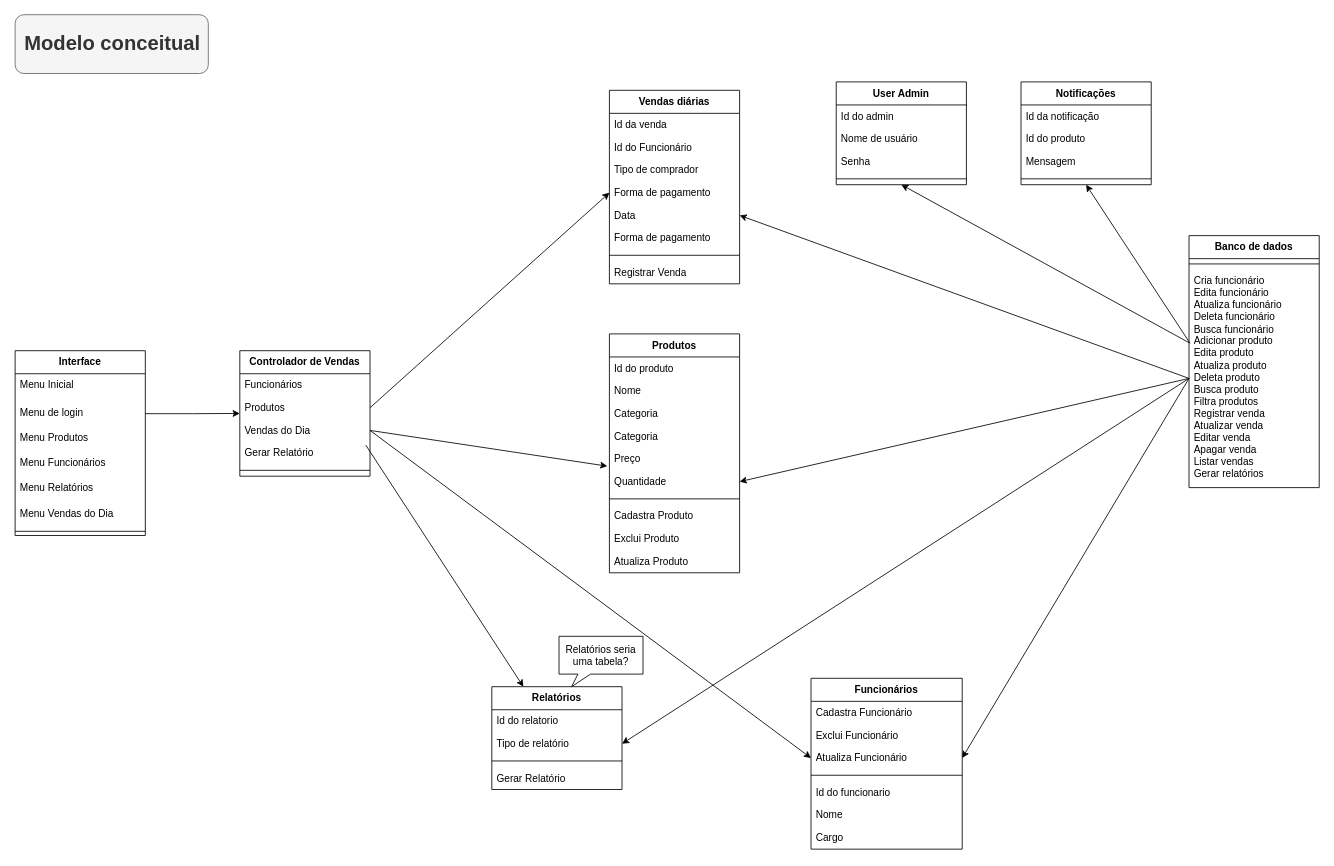
The draw.io diagram ModeloConceitual.drawio in belleruivo/cantina-fatore, before the edit. Source tidied: cells renumbered, new cells numbered last; positions are measured from the earlier drawing's top-left corner, leaving out a move shared by most shapes. Both pictures are drawn from the tidied source at 84%, with x=0, y=0 at pixel (14, 14).
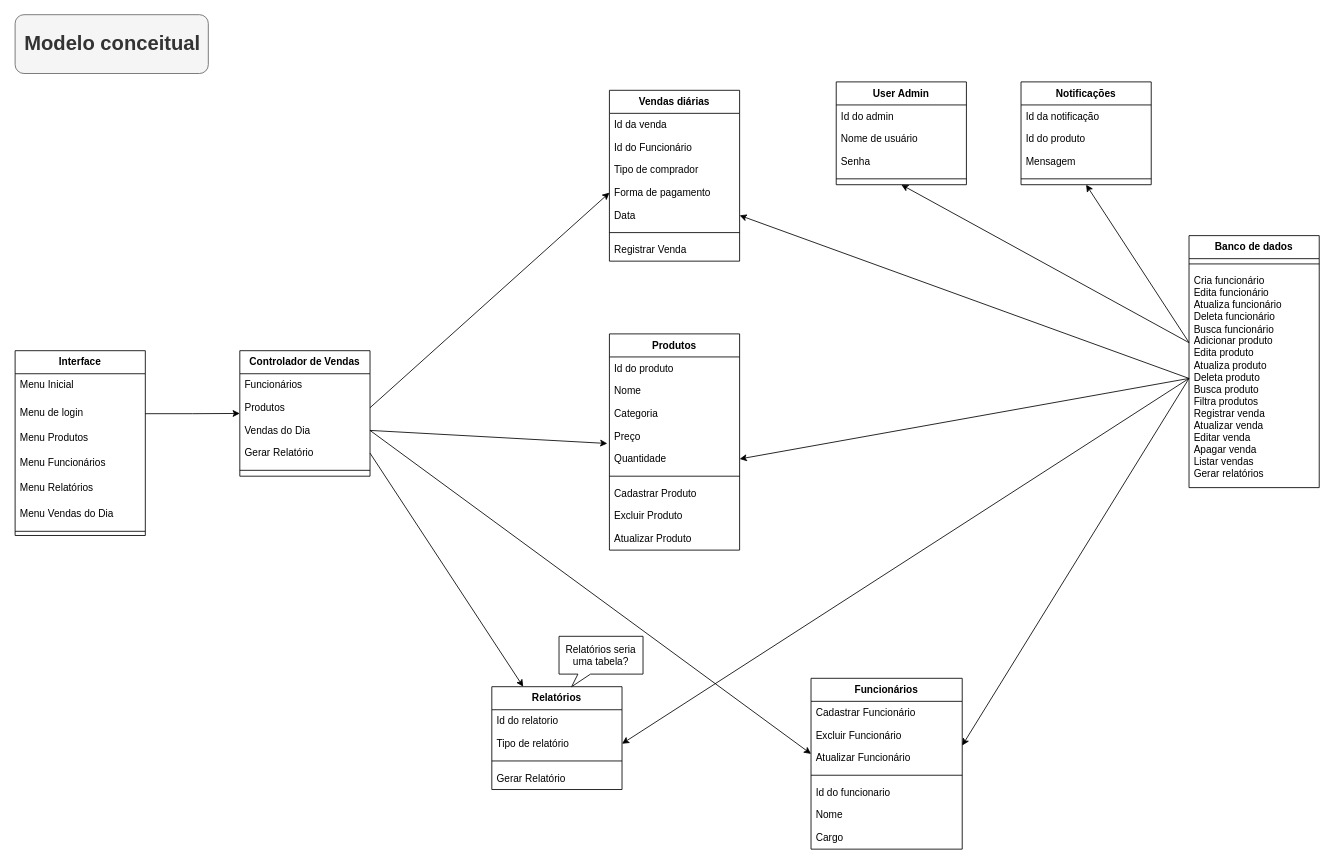
Above is the later version.

The change refers to these unchanged cells:
```xml
<mxCell id="4" value="Cria funcionário&lt;div&gt;Edita funcionário&lt;/div&gt;&lt;div&gt;Atualiza funcionário&lt;/div&gt;&lt;div&gt;Deleta funcionário&lt;/div&gt;&lt;div&gt;Busca funcionário&lt;/div&gt;&lt;div&gt;Adicionar produto&lt;/div&gt;&lt;div&gt;Edita produto&lt;/div&gt;&lt;div&gt;Atualiza produto&lt;/div&gt;&lt;div&gt;Deleta produto&lt;/div&gt;&lt;div&gt;Busca produto&lt;/div&gt;&lt;div&gt;Filtra produtos&lt;/div&gt;&lt;div&gt;Registrar venda&lt;/div&gt;&lt;div&gt;Atualizar venda&lt;/div&gt;&lt;div&gt;Editar venda&lt;/div&gt;&lt;div&gt;Apagar venda&lt;/div&gt;&lt;div&gt;Listar vendas&lt;/div&gt;&lt;div&gt;Gerar relatórios&lt;/div&gt;&lt;div&gt;&lt;br&gt;&lt;/div&gt;" style="text;strokeColor=none;fillColor=none;align=left;verticalAlign=top;spacingLeft=4;spacingRight=4;overflow=hidden;points=[[0,0.5],[1,0.5]];portConstraint=eastwest;whiteSpace=wrap;html=1;" parent="2" vertex="1">
  <mxGeometry y="40" width="155" height="260" as="geometry" />
</mxCell>
<mxCell id="10" value="Relatórios" style="swimlane;fontStyle=1;align=center;verticalAlign=top;horizontal=1;startSize=27.428571428571427;" parent="1" vertex="1">
  <mxGeometry x="568" y="800" width="155" height="122.4" as="geometry" />
</mxCell>
<mxCell id="24" value="Notificações" style="swimlane;fontStyle=1;align=center;verticalAlign=top;horizontal=1;startSize=27.428571428571427;" parent="1" vertex="1">
  <mxGeometry x="1198" y="80" width="155" height="122.4" as="geometry" />
</mxCell>
<mxCell id="53" value="Vendas do Dia" style="text;strokeColor=none;fillColor=none;align=left;verticalAlign=top;spacingLeft=4;spacingRight=4;overflow=hidden;points=[[0,0.5],[1,0.5]];portConstraint=eastwest;" parent="50" vertex="1">
  <mxGeometry y="81.4" width="155" height="27" as="geometry" />
</mxCell>
<mxCell id="54" value="Gerar Relatório" style="text;strokeColor=none;fillColor=none;align=left;verticalAlign=top;spacingLeft=4;spacingRight=4;overflow=hidden;points=[[0,0.5],[1,0.5]];portConstraint=eastwest;" parent="50" vertex="1">
  <mxGeometry y="108.4" width="155" height="27" as="geometry" />
</mxCell>
<mxCell id="57" value="Funcionários" style="swimlane;fontStyle=1;align=center;verticalAlign=top;horizontal=1;startSize=27.428571428571427;" parent="1" vertex="1">
  <mxGeometry x="948" y="790" width="180" height="203.4" as="geometry" />
</mxCell>
```

Diff of the diagram source:
```diff
@@
     <mxCell id="15" value="Vendas diárias" style="swimlane;fontStyle=1;align=center;verticalAlign=top;horizontal=1;startSize=27.428571428571427;" parent="1" vertex="1">
-      <mxGeometry x="708" y="90" width="155" height="230.4" as="geometry" />
+      <mxGeometry x="708" y="90" width="155" height="203.4" as="geometry" />
     </mxCell>
@@
-    <mxCell id="21" value="Forma de pagamento " style="text;strokeColor=none;fillColor=none;align=left;verticalAlign=top;spacingLeft=4;spacingRight=4;overflow=hidden;" parent="15" vertex="1">
-      <mxGeometry y="162.4" width="155" height="27" as="geometry" />
-    </mxCell>
     <mxCell id="22" style="line;strokeWidth=1;fillColor=none;align=left;verticalAlign=middle;spacingTop=-1;spacingLeft=3;spacingRight=3;labelPosition=right;strokeColor=inherit;" parent="15" vertex="1">
-      <mxGeometry y="189.4" width="155" height="14" as="geometry" />
+      <mxGeometry y="162.4" width="155" height="14" as="geometry" />
     </mxCell>
     <mxCell id="23" value="Registrar Venda" style="text;strokeColor=none;fillColor=none;align=left;verticalAlign=top;spacingLeft=4;spacingRight=4;overflow=hidden;" parent="15" vertex="1">
-      <mxGeometry y="203.4" width="155" height="27" as="geometry" />
+      <mxGeometry y="176.4" width="155" height="27" as="geometry" />
     </mxCell>
@@
     <mxCell id="29" value="Produtos" style="swimlane;fontStyle=1;align=center;verticalAlign=top;horizontal=1;startSize=27.428571428571427;" parent="1" vertex="1">
-      <mxGeometry x="708" y="380" width="155" height="284.4" as="geometry" />
+      <mxGeometry x="708" y="380" width="155" height="257.4" as="geometry" />
     </mxCell>
@@
-    <mxCell id="33" value="Categoria" style="text;strokeColor=none;fillColor=none;align=left;verticalAlign=top;spacingLeft=4;spacingRight=4;overflow=hidden;" parent="29" vertex="1">
-      <mxGeometry y="108.4" width="155" height="27" as="geometry" />
-    </mxCell>
     <mxCell id="34" value="Preço" style="text;strokeColor=none;fillColor=none;align=left;verticalAlign=top;spacingLeft=4;spacingRight=4;overflow=hidden;" parent="29" vertex="1">
-      <mxGeometry y="135.4" width="155" height="27" as="geometry" />
+      <mxGeometry y="108.4" width="155" height="27" as="geometry" />
     </mxCell>
     <mxCell id="35" value="Quantidade" style="text;strokeColor=none;fillColor=none;align=left;verticalAlign=top;spacingLeft=4;spacingRight=4;overflow=hidden;points=[[0,0.5],[1,0.5]];portConstraint=eastwest;" parent="29" vertex="1">
-      <mxGeometry y="162.4" width="155" height="27" as="geometry" />
+      <mxGeometry y="135.4" width="155" height="27" as="geometry" />
     </mxCell>
     <mxCell id="36" style="line;strokeWidth=1;fillColor=none;align=left;verticalAlign=middle;spacingTop=-1;spacingLeft=3;spacingRight=3;labelPosition=right;strokeColor=inherit;" parent="29" vertex="1">
-      <mxGeometry y="189.4" width="155" height="14" as="geometry" />
+      <mxGeometry y="162.4" width="155" height="14" as="geometry" />
     </mxCell>
-    <mxCell id="37" value="Cadastra Produto" style="text;strokeColor=none;fillColor=none;align=left;verticalAlign=top;spacingLeft=4;spacingRight=4;overflow=hidden;" parent="29" vertex="1">
-      <mxGeometry y="203.4" width="155" height="27" as="geometry" />
+    <mxCell id="37" value="Cadastrar Produto" style="text;strokeColor=none;fillColor=none;align=left;verticalAlign=top;spacingLeft=4;spacingRight=4;overflow=hidden;" parent="29" vertex="1">
+      <mxGeometry y="176.4" width="155" height="27" as="geometry" />
     </mxCell>
-    <mxCell id="38" value="Exclui Produto" style="text;strokeColor=none;fillColor=none;align=left;verticalAlign=top;spacingLeft=4;spacingRight=4;overflow=hidden;" parent="29" vertex="1">
-      <mxGeometry y="230.4" width="155" height="27" as="geometry" />
+    <mxCell id="38" value="Excluir Produto" style="text;strokeColor=none;fillColor=none;align=left;verticalAlign=top;spacingLeft=4;spacingRight=4;overflow=hidden;" parent="29" vertex="1">
+      <mxGeometry y="203.4" width="155" height="27" as="geometry" />
     </mxCell>
-    <mxCell id="39" value="Atualiza Produto" style="text;strokeColor=none;fillColor=none;align=left;verticalAlign=top;spacingLeft=4;spacingRight=4;overflow=hidden;" parent="29" vertex="1">
-      <mxGeometry y="257.4" width="155" height="27" as="geometry" />
+    <mxCell id="39" value="Atualizar Produto" style="text;strokeColor=none;fillColor=none;align=left;verticalAlign=top;spacingLeft=4;spacingRight=4;overflow=hidden;" parent="29" vertex="1">
+      <mxGeometry y="230.4" width="155" height="27" as="geometry" />
     </mxCell>
@@
-    <mxCell id="58" value="Cadastra Funcionário" style="text;strokeColor=none;fillColor=none;align=left;verticalAlign=top;spacingLeft=4;spacingRight=4;overflow=hidden;" parent="57" vertex="1">
+    <mxCell id="58" value="Cadastrar Funcionário" style="text;strokeColor=none;fillColor=none;align=left;verticalAlign=top;spacingLeft=4;spacingRight=4;overflow=hidden;" parent="57" vertex="1">
       <mxGeometry y="27.4" width="180" height="27" as="geometry" />
     </mxCell>
-    <mxCell id="59" value="Exclui Funcionário" style="text;strokeColor=none;fillColor=none;align=left;verticalAlign=top;spacingLeft=4;spacingRight=4;overflow=hidden;" parent="57" vertex="1">
+    <mxCell id="59" value="Excluir Funcionário" style="text;strokeColor=none;fillColor=none;align=left;verticalAlign=top;spacingLeft=4;spacingRight=4;overflow=hidden;" parent="57" vertex="1">
       <mxGeometry y="54.4" width="180" height="27" as="geometry" />
     </mxCell>
-    <mxCell id="60" value="Atualiza Funcionário" style="text;strokeColor=none;fillColor=none;align=left;verticalAlign=top;spacingLeft=4;spacingRight=4;overflow=hidden;points=[[0,0.5],[1,0.5]];portConstraint=eastwest;" parent="57" vertex="1">
+    <mxCell id="60" value="Atualizar Funcionário" style="text;strokeColor=none;fillColor=none;align=left;verticalAlign=top;spacingLeft=4;spacingRight=4;overflow=hidden;points=[[0,0.5],[1,0.5]];portConstraint=eastwest;" parent="57" vertex="1">
       <mxGeometry y="81.4" width="180" height="27" as="geometry" />
     </mxCell>
@@
-    <mxCell id="66" style="endArrow=classic;html=1;rounded=0;exitX=0.008;exitY=0.339;exitDx=0;exitDy=0;exitPerimeter=0;entryX=0.5;entryY=1;entryDx=0;entryDy=0;" parent="1" edge="1" source="4" target="24">
+    <mxCell id="66" style="endArrow=classic;html=1;rounded=0;exitX=-0.001;exitY=0.335;exitDx=0;exitDy=0;exitPerimeter=0;entryX=0.5;entryY=1;entryDx=0;entryDy=0;" parent="1" edge="1" source="4" target="24">
       <mxGeometry relative="1" as="geometry" />
     </mxCell>
-    <mxCell id="67" style="endArrow=classic;html=1;rounded=0;entryX=1;entryY=0.5;entryDx=0;entryDy=0;exitX=0;exitY=0.5;exitDx=0;exitDy=0;" parent="1" edge="1" source="4" target="60">
-      <mxGeometry relative="1" as="geometry" />
+    <mxCell id="67" style="endArrow=classic;html=1;rounded=0;exitX=0;exitY=0.5;exitDx=0;exitDy=0;" parent="1" edge="1" source="4">
+      <mxGeometry relative="1" as="geometry">
+        <mxPoint x="1128" y="870" as="targetPoint" />
+      </mxGeometry>
     </mxCell>
-    <mxCell id="68" style="endArrow=classic;html=1;rounded=0;exitX=1;exitY=0.5;exitDx=0;exitDy=0;entryX=0;entryY=0.5;entryDx=0;entryDy=0;" parent="1" edge="1" source="53" target="60">
-      <mxGeometry relative="1" as="geometry" />
+    <mxCell id="68" style="endArrow=classic;html=1;rounded=0;exitX=1;exitY=0.5;exitDx=0;exitDy=0;" parent="1" edge="1" source="53">
+      <mxGeometry relative="1" as="geometry">
+        <mxPoint x="948" y="880" as="targetPoint" />
+      </mxGeometry>
     </mxCell>
-    <mxCell id="69" style="endArrow=classic;html=1;rounded=0;exitX=0.968;exitY=1.151;exitDx=0;exitDy=0;exitPerimeter=0;" parent="1" edge="1" source="53" target="10">
+    <mxCell id="69" style="endArrow=classic;html=1;rounded=0;exitX=1;exitY=0.5;exitDx=0;exitDy=0;" parent="1" edge="1" source="54" target="10">
       <mxGeometry relative="1" as="geometry" />
     </mxCell>
```
